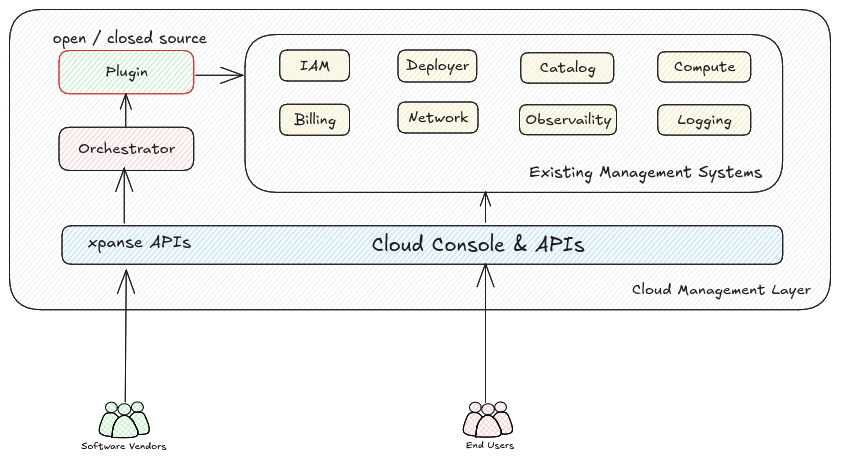
This is static/img/cloud-provider-integrated-mode-architecture.excalidraw.png from eclipse-xpanse/xpanse-website, a Excalidraw export, as it was before one commit. Source tidied: one line per element, renumbered; positions are measured from the earlier drawing's top-left corner, leaving out a move shared by most shapes.
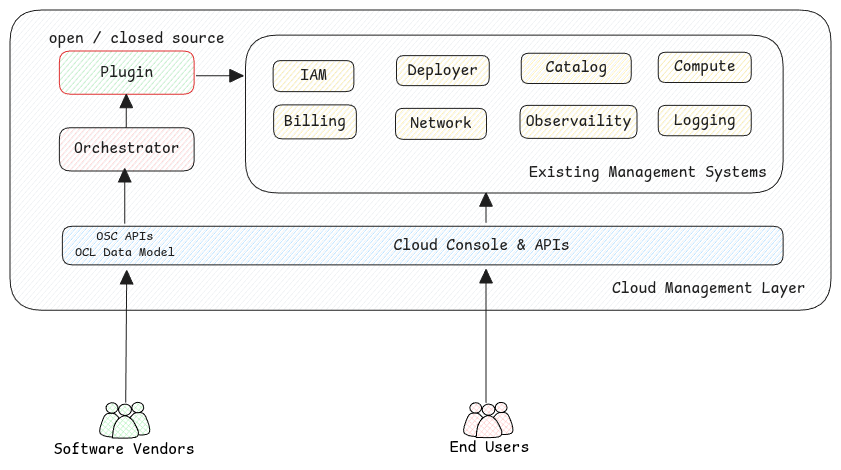
After the change.

What changed in the source:
```diff
@@ -1,48 +1,48 @@
 {"id": 0, "type": "rectangle", "strokeColor": "#1e1e1e", "backgroundColor": "#e9ecef", "fillStyle": "hachure", "strokeWidth": 1, "roughness": 0, "round": true, "x": 0, "y": 0, "width": 821, "height": 300}
 {"id": 1, "type": "rectangle", "strokeColor": "#1e1e1e", "backgroundColor": "#a5d8ff", "fillStyle": "hachure", "strokeWidth": 1, "roughness": 0, "round": true, "x": 52, "y": 216, "width": 721, "height": 39}
-{"id": 2, "type": "text", "text": "xpanse APIs", "strokeColor": "#1e1e1e", "strokeWidth": 1, "roughness": 0, "fontSize": 16.74, "fontFamily": 5, "textAlign": "center", "x": 78, "y": 222, "width": 103, "height": 21}
+{"id": 2, "type": "text", "text": "OSC APIs\nOCL Data Model", "strokeColor": "#1e1e1e", "strokeWidth": 1, "roughness": 0, "fontSize": 12.99, "fontFamily": 8, "textAlign": "center", "x": 65, "y": 218, "width": 100, "height": 32}
-{"id": 3, "type": "text", "text": "Cloud Console & APIs", "strokeColor": "#1e1e1e", "strokeWidth": 1, "roughness": 0, "fontSize": 20, "fontFamily": 5, "textAlign": "center", "x": 362, "y": 223, "width": 213, "height": 25}
+{"id": 3, "type": "text", "text": "Cloud Console & APIs", "strokeColor": "#1e1e1e", "strokeWidth": 1, "roughness": 0, "fontSize": 16, "fontFamily": 8, "textAlign": "center", "x": 384, "y": 226, "width": 176, "height": 20}
 {"id": 4, "type": "ellipse", "strokeColor": "#000000", "backgroundColor": "#b2f2bb", "fillStyle": "cross-hatch", "strokeWidth": 1, "roughness": 0, "x": 122, "y": 392, "width": 12, "height": 10}
 {"id": 5, "type": "ellipse", "strokeColor": "#000000", "backgroundColor": "#b2f2bb", "fillStyle": "cross-hatch", "strokeWidth": 1, "roughness": 0, "x": 96, "y": 393, "width": 12, "height": 10}
-{"id": 6, "type": "line", "strokeColor": "#000000", "backgroundColor": "#b2f2bb", "fillStyle": "cross-hatch", "strokeWidth": 1, "roughness": 0, "round": true, "x": 102, "y": 428, "width": 25, "height": 22, "points": [[0, 0], [3, -15], [12, -22], [21, -16], [25, -2], [0, 0]]}
+{"id": 6, "type": "line", "strokeColor": "#000000", "backgroundColor": "#b2f2bb", "fillStyle": "cross-hatch", "strokeWidth": 1, "roughness": 0, "endArrowhead": "triangle", "round": true, "x": 102, "y": 428, "width": 25, "height": 22, "points": [[0, 0], [3, -15], [12, -22], [21, -16], [25, -2], [0, 0]]}
 {"id": 7, "type": "ellipse", "strokeColor": "#000000", "backgroundColor": "#b2f2bb", "fillStyle": "cross-hatch", "strokeWidth": 1, "roughness": 0, "x": 109, "y": 394, "width": 13, "height": 11}
-{"id": 8, "type": "line", "strokeColor": "#000000", "backgroundColor": "#b2f2bb", "fillStyle": "cross-hatch", "strokeWidth": 1, "roughness": 0, "round": true, "x": 120, "y": 408, "width": 20, "height": 22, "points": [[0, 0], [3, -3], [6, -5], [10, -5], [13, -5], [15, -2], [17, 1], [18, 5], [20, 9], [20, 12], [20, 15], [18, 16], [15, 17], [11, 17], [9, 17], [9, 13], [8, 11], [6, 8], [4, 3], [0, 0]]}
+{"id": 8, "type": "line", "strokeColor": "#000000", "backgroundColor": "#b2f2bb", "fillStyle": "cross-hatch", "strokeWidth": 1, "roughness": 0, "endArrowhead": "triangle", "round": true, "x": 120, "y": 408, "width": 20, "height": 22, "points": [[0, 0], [3, -3], [6, -5], [10, -5], [13, -5], [15, -2], [17, 1], [18, 5], [20, 9], [20, 12], [20, 15], [18, 16], [15, 17], [11, 17], [9, 17], [9, 13], [8, 11], [6, 8], [4, 3], [0, 0]]}
-{"id": 9, "type": "line", "strokeColor": "#000000", "backgroundColor": "#b2f2bb", "fillStyle": "cross-hatch", "strokeWidth": 1, "roughness": 0, "round": true, "x": 109, "y": 408, "width": 19, "height": 23, "points": [[0, 0], [-2, -3], [-5, -4], [-10, -5], [-13, -4], [-15, -1], [-16, 2], [-18, 5], [-19, 9], [-19, 12], [-19, 15], [-17, 17], [-15, 18], [-11, 19], [-7, 19], [-6, 15], [-6, 12], [-5, 9], [-3, 4], [0, 0]]}
+{"id": 9, "type": "line", "strokeColor": "#000000", "backgroundColor": "#b2f2bb", "fillStyle": "cross-hatch", "strokeWidth": 1, "roughness": 0, "endArrowhead": "triangle", "round": true, "x": 109, "y": 408, "width": 19, "height": 23, "points": [[0, 0], [-2, -3], [-5, -4], [-10, -5], [-13, -4], [-15, -1], [-16, 2], [-18, 5], [-19, 9], [-19, 12], [-19, 15], [-17, 17], [-15, 18], [-11, 19], [-7, 19], [-6, 15], [-6, 12], [-5, 9], [-3, 4], [0, 0]]}
-{"id": 10, "type": "text", "text": "\nSoftware Vendors", "strokeColor": "#000000", "backgroundColor": "#b2f2bb", "fillStyle": "solid", "strokeWidth": 1, "roughness": 0, "fontSize": 9.83, "fontFamily": 5, "textAlign": "center", "x": 71, "y": 418, "width": 86, "height": 25}
+{"id": 10, "type": "text", "text": "\nSoftware Vendors", "strokeColor": "#000000", "backgroundColor": "#b2f2bb", "fillStyle": "solid", "strokeWidth": 1, "roughness": 0, "fontSize": 16, "fontFamily": 8, "textAlign": "center", "x": 44, "y": 410, "width": 141, "height": 40}
 {"id": 11, "type": "ellipse", "strokeColor": "#000000", "backgroundColor": "#ffc9c9", "fillStyle": "cross-hatch", "strokeWidth": 1, "roughness": 0, "x": 485, "y": 392, "width": 12, "height": 10}
 {"id": 12, "type": "ellipse", "strokeColor": "#000000", "backgroundColor": "#ffc9c9", "fillStyle": "cross-hatch", "strokeWidth": 1, "roughness": 0, "x": 460, "y": 393, "width": 12, "height": 10}
-{"id": 13, "type": "line", "strokeColor": "#000000", "backgroundColor": "#ffc9c9", "fillStyle": "cross-hatch", "strokeWidth": 1, "roughness": 0, "round": true, "x": 466, "y": 427, "width": 25, "height": 22, "points": [[0, 0], [3, -15], [12, -22], [21, -16], [25, -2], [0, 0]]}
+{"id": 13, "type": "line", "strokeColor": "#000000", "backgroundColor": "#ffc9c9", "fillStyle": "cross-hatch", "strokeWidth": 1, "roughness": 0, "endArrowhead": "triangle", "round": true, "x": 466, "y": 427, "width": 25, "height": 22, "points": [[0, 0], [3, -15], [12, -22], [21, -16], [25, -2], [0, 0]]}
 {"id": 14, "type": "ellipse", "strokeColor": "#000000", "backgroundColor": "#ffc9c9", "fillStyle": "cross-hatch", "strokeWidth": 1, "roughness": 0, "x": 472, "y": 394, "width": 13, "height": 11}
-{"id": 15, "type": "line", "strokeColor": "#000000", "backgroundColor": "#ffc9c9", "fillStyle": "cross-hatch", "strokeWidth": 1, "roughness": 0, "round": true, "x": 483, "y": 408, "width": 20, "height": 22, "points": [[0, 0], [3, -3], [6, -5], [10, -5], [13, -4], [15, -2], [17, 1], [18, 5], [19, 8], [20, 11], [19, 15], [17, 16], [15, 17], [11, 17], [9, 16], [8, 13], [8, 11], [6, 8], [4, 3], [0, 0]]}
+{"id": 15, "type": "line", "strokeColor": "#000000", "backgroundColor": "#ffc9c9", "fillStyle": "cross-hatch", "strokeWidth": 1, "roughness": 0, "endArrowhead": "triangle", "round": true, "x": 483, "y": 408, "width": 20, "height": 22, "points": [[0, 0], [3, -3], [6, -5], [10, -5], [13, -4], [15, -2], [17, 1], [18, 5], [19, 8], [20, 11], [19, 15], [17, 16], [15, 17], [11, 17], [9, 16], [8, 13], [8, 11], [6, 8], [4, 3], [0, 0]]}
-{"id": 16, "type": "line", "strokeColor": "#000000", "backgroundColor": "#ffc9c9", "fillStyle": "cross-hatch", "strokeWidth": 1, "roughness": 0, "round": true, "x": 473, "y": 408, "width": 19, "height": 23, "points": [[0, 0], [-2, -3], [-5, -4], [-9, -4], [-12, -4], [-15, -1], [-16, 2], [-17, 5], [-19, 9], [-19, 12], [-19, 15], [-17, 17], [-14, 18], [-11, 19], [-7, 19], [-6, 14], [-6, 12], [-5, 9], [-3, 4], [0, 0]]}
+{"id": 16, "type": "line", "strokeColor": "#000000", "backgroundColor": "#ffc9c9", "fillStyle": "cross-hatch", "strokeWidth": 1, "roughness": 0, "endArrowhead": "triangle", "round": true, "x": 473, "y": 408, "width": 19, "height": 23, "points": [[0, 0], [-2, -3], [-5, -4], [-9, -4], [-12, -4], [-15, -1], [-16, 2], [-17, 5], [-19, 9], [-19, 12], [-19, 15], [-17, 17], [-14, 18], [-11, 19], [-7, 19], [-6, 14], [-6, 12], [-5, 9], [-3, 4], [0, 0]]}
-{"id": 17, "type": "text", "text": "End Users", "strokeColor": "#000000", "backgroundColor": "#ffc9c9", "fillStyle": "solid", "strokeWidth": 1, "roughness": 0, "fontSize": 9.68, "fontFamily": 5, "textAlign": "center", "x": 456, "y": 429, "width": 49, "height": 12}
+{"id": 17, "type": "text", "text": "End Users", "strokeColor": "#000000", "backgroundColor": "#ffc9c9", "fillStyle": "solid", "strokeWidth": 1, "roughness": 0, "fontSize": 16, "fontFamily": 8, "textAlign": "center", "x": 440, "y": 428, "width": 79, "height": 20}
 {"id": 18, "type": "rectangle", "strokeColor": "#1e1e1e", "backgroundColor": "#ffc9c9", "fillStyle": "hachure", "strokeWidth": 1, "roughness": 0, "round": true, "x": 49, "y": 118, "width": 135, "height": 43}
-{"id": 19, "type": "text", "text": "Orchestrator", "strokeColor": "#1e1e1e", "strokeWidth": 2, "roughness": 0, "fontSize": 15.08, "fontFamily": 5, "textAlign": "center", "verticalAlign": "middle", "inside": 18, "x": 68, "y": 130, "width": 98, "height": 19}
+{"id": 19, "type": "text", "text": "Orchestrator", "strokeColor": "#1e1e1e", "strokeWidth": 2, "roughness": 0, "fontSize": 16, "fontFamily": 8, "textAlign": "center", "verticalAlign": "middle", "inside": 18, "x": 64, "y": 129, "width": 106, "height": 20}
 {"id": 20, "type": "rectangle", "strokeColor": "#e03131", "backgroundColor": "#b2f2bb", "fillStyle": "hachure", "strokeWidth": 1, "roughness": 0, "round": true, "x": 49, "y": 41, "width": 135, "height": 43}
-{"id": 21, "type": "text", "text": "Plugin", "strokeColor": "#1e1e1e", "strokeWidth": 2, "roughness": 0, "fontSize": 15.08, "fontFamily": 5, "textAlign": "center", "verticalAlign": "middle", "inside": 20, "x": 96, "y": 53, "width": 42, "height": 19}
+{"id": 21, "type": "text", "text": "Plugin", "strokeColor": "#1e1e1e", "strokeWidth": 2, "roughness": 0, "fontSize": 16, "fontFamily": 8, "textAlign": "center", "verticalAlign": "middle", "inside": 20, "x": 90, "y": 53, "width": 53, "height": 20}
 {"id": 22, "type": "rectangle", "strokeColor": "#1e1e1e", "strokeWidth": 1, "roughness": 0, "round": true, "x": 235, "y": 25, "width": 538, "height": 158}
-{"id": 23, "type": "rectangle", "strokeColor": "#1e1e1e", "backgroundColor": "#ffec99", "fillStyle": "hachure", "strokeWidth": 1, "roughness": 0, "round": true, "x": 270, "y": 41, "width": 70, "height": 31}
+{"id": 23, "type": "rectangle", "strokeColor": "#1e1e1e", "backgroundColor": "#ffec99", "fillStyle": "hachure", "strokeWidth": 1, "roughness": 0, "round": true, "x": 263, "y": 51, "width": 81, "height": 31}
-{"id": 24, "type": "text", "text": "IAM", "strokeColor": "#1e1e1e", "strokeWidth": 2, "roughness": 0, "fontSize": 15.08, "fontFamily": 5, "textAlign": "center", "verticalAlign": "middle", "inside": 23, "x": 290, "y": 47, "width": 30, "height": 19}
+{"id": 24, "type": "text", "text": "IAM", "strokeColor": "#1e1e1e", "strokeWidth": 2, "roughness": 0, "fontSize": 16, "fontFamily": 8, "textAlign": "center", "verticalAlign": "middle", "inside": 23, "x": 290, "y": 56, "width": 26, "height": 20}
-{"id": 25, "type": "rectangle", "strokeColor": "#1e1e1e", "backgroundColor": "#ffec99", "fillStyle": "hachure", "strokeWidth": 1, "roughness": 0, "round": true, "x": 270, "y": 95, "width": 70, "height": 31}
+{"id": 25, "type": "rectangle", "strokeColor": "#1e1e1e", "backgroundColor": "#ffec99", "fillStyle": "hachure", "strokeWidth": 1, "roughness": 0, "round": true, "x": 264, "y": 95, "width": 83, "height": 34}
-{"id": 26, "type": "text", "text": "Billing", "strokeColor": "#1e1e1e", "strokeWidth": 2, "roughness": 0, "fontSize": 15.08, "fontFamily": 5, "textAlign": "center", "verticalAlign": "middle", "inside": 25, "x": 284, "y": 101, "width": 42, "height": 19}
+{"id": 26, "type": "text", "text": "Billing", "strokeColor": "#1e1e1e", "strokeWidth": 2, "roughness": 0, "fontSize": 16, "fontFamily": 8, "textAlign": "center", "verticalAlign": "middle", "inside": 25, "x": 274, "y": 102, "width": 62, "height": 20}
-{"id": 27, "type": "rectangle", "strokeColor": "#1e1e1e", "backgroundColor": "#ffec99", "fillStyle": "hachure", "strokeWidth": 1, "roughness": 0, "round": true, "x": 388, "y": 41, "width": 79, "height": 32}
+{"id": 27, "type": "rectangle", "strokeColor": "#1e1e1e", "backgroundColor": "#ffec99", "fillStyle": "hachure", "strokeWidth": 1, "roughness": 0, "round": true, "x": 386, "y": 46, "width": 93, "height": 30}
-{"id": 28, "type": "text", "text": "Deployer", "strokeColor": "#1e1e1e", "strokeWidth": 2, "roughness": 0, "fontSize": 15.08, "fontFamily": 5, "textAlign": "center", "verticalAlign": "middle", "inside": 27, "x": 396, "y": 47, "width": 64, "height": 19}
+{"id": 28, "type": "text", "text": "Deployer", "strokeColor": "#1e1e1e", "strokeWidth": 2, "roughness": 0, "fontSize": 16, "fontFamily": 8, "textAlign": "center", "verticalAlign": "middle", "inside": 27, "x": 398, "y": 51, "width": 70, "height": 20}
-{"id": 29, "type": "rectangle", "strokeColor": "#1e1e1e", "backgroundColor": "#ffec99", "fillStyle": "hachure", "strokeWidth": 1, "roughness": 0, "round": true, "x": 388, "y": 92, "width": 80, "height": 31}
+{"id": 29, "type": "rectangle", "strokeColor": "#1e1e1e", "backgroundColor": "#ffec99", "fillStyle": "hachure", "strokeWidth": 1, "roughness": 0, "round": true, "x": 385, "y": 98, "width": 91, "height": 31}
-{"id": 30, "type": "text", "text": "Network", "strokeColor": "#1e1e1e", "strokeWidth": 2, "roughness": 0, "fontSize": 15.08, "fontFamily": 5, "textAlign": "center", "verticalAlign": "middle", "inside": 29, "x": 399, "y": 98, "width": 60, "height": 19}
+{"id": 30, "type": "text", "text": "Network", "strokeColor": "#1e1e1e", "strokeWidth": 2, "roughness": 0, "fontSize": 16, "fontFamily": 8, "textAlign": "center", "verticalAlign": "middle", "inside": 29, "x": 400, "y": 104, "width": 62, "height": 20}
-{"id": 31, "type": "arrow", "strokeColor": "#1e1e1e", "strokeWidth": 1, "roughness": 0, "endArrowhead": "arrow", "round": true, "x": 116, "y": 117, "width": 0, "height": 33, "points": [[0, 0], [0, -33]]}
+{"id": 31, "type": "arrow", "strokeColor": "#1e1e1e", "strokeWidth": 1, "roughness": 0, "endArrowhead": "triangle", "round": true, "x": 116, "y": 117, "width": 0, "height": 33, "points": [[0, 0], [0, -33]]}
-{"id": 32, "type": "arrow", "strokeColor": "#1e1e1e", "strokeWidth": 1, "roughness": 0, "endArrowhead": "arrow", "round": true, "to": 3, "x": 476, "y": 393, "width": 0, "height": 139, "points": [[0, 0], [0, -139]]}
+{"id": 32, "type": "arrow", "strokeColor": "#1e1e1e", "strokeWidth": 1, "roughness": 0, "endArrowhead": "triangle", "round": true, "from": 14, "x": 476, "y": 393, "width": 0, "height": 133, "points": [[0, 0], [0, -133]]}
-{"id": 33, "type": "arrow", "strokeColor": "#1e1e1e", "strokeWidth": 1, "roughness": 0, "endArrowhead": "arrow", "round": true, "x": 186, "y": 66, "width": 47, "height": 0, "points": [[0, 0], [47, 0]]}
+{"id": 33, "type": "arrow", "strokeColor": "#1e1e1e", "strokeWidth": 1, "roughness": 0, "endArrowhead": "triangle", "round": true, "x": 186, "y": 66, "width": 47, "height": 0, "points": [[0, 0], [47, 0]]}
-{"id": 34, "type": "text", "text": "Cloud Management Layer", "strokeColor": "#1e1e1e", "strokeWidth": 1, "roughness": 0, "fontSize": 15.08, "fontFamily": 5, "textAlign": "center", "x": 622, "y": 270, "width": 180, "height": 19}
+{"id": 34, "type": "text", "text": "Cloud Management Layer", "strokeColor": "#1e1e1e", "strokeWidth": 1, "roughness": 0, "fontSize": 16, "fontFamily": 8, "textAlign": "center", "x": 602, "y": 269, "width": 194, "height": 20}
-{"id": 35, "type": "rectangle", "strokeColor": "#1e1e1e", "backgroundColor": "#ffec99", "fillStyle": "hachure", "strokeWidth": 1, "roughness": 0, "round": true, "x": 510, "y": 95, "width": 97, "height": 30}
+{"id": 35, "type": "rectangle", "strokeColor": "#1e1e1e", "backgroundColor": "#ffec99", "fillStyle": "hachure", "strokeWidth": 1, "roughness": 0, "round": true, "x": 510, "y": 95, "width": 117, "height": 33}
-{"id": 36, "type": "text", "text": "Observaility", "strokeColor": "#1e1e1e", "strokeWidth": 2, "roughness": 0, "fontSize": 15.08, "fontFamily": 5, "textAlign": "center", "verticalAlign": "middle", "inside": 35, "x": 515, "y": 101, "width": 87, "height": 19}
+{"id": 36, "type": "text", "text": "Observaility", "strokeColor": "#1e1e1e", "strokeWidth": 2, "roughness": 0, "fontSize": 16, "fontFamily": 8, "textAlign": "center", "verticalAlign": "middle", "inside": 35, "x": 516, "y": 102, "width": 106, "height": 20}
-{"id": 37, "type": "rectangle", "strokeColor": "#1e1e1e", "backgroundColor": "#ffec99", "fillStyle": "hachure", "strokeWidth": 1, "roughness": 0, "round": true, "x": 511, "y": 43, "width": 93, "height": 30}
+{"id": 37, "type": "rectangle", "strokeColor": "#1e1e1e", "backgroundColor": "#ffec99", "fillStyle": "hachure", "strokeWidth": 1, "roughness": 0, "round": true, "x": 511, "y": 43, "width": 110, "height": 30}
-{"id": 38, "type": "text", "text": "Catalog", "strokeColor": "#1e1e1e", "strokeWidth": 2, "roughness": 0, "fontSize": 15.08, "fontFamily": 5, "textAlign": "center", "verticalAlign": "middle", "inside": 37, "x": 530, "y": 49, "width": 56, "height": 19}
+{"id": 38, "type": "text", "text": "Catalog", "strokeColor": "#1e1e1e", "strokeWidth": 2, "roughness": 0, "fontSize": 16, "fontFamily": 8, "textAlign": "center", "verticalAlign": "middle", "inside": 37, "x": 535, "y": 48, "width": 62, "height": 20}
 {"id": 39, "type": "rectangle", "strokeColor": "#1e1e1e", "backgroundColor": "#ffec99", "fillStyle": "hachure", "strokeWidth": 1, "roughness": 0, "round": true, "x": 648, "y": 42, "width": 93, "height": 30}
-{"id": 40, "type": "text", "text": "Compute", "strokeColor": "#1e1e1e", "strokeWidth": 2, "roughness": 0, "fontSize": 15.08, "fontFamily": 5, "textAlign": "center", "verticalAlign": "middle", "inside": 39, "x": 664, "y": 48, "width": 62, "height": 19}
+{"id": 40, "type": "text", "text": "Compute", "strokeColor": "#1e1e1e", "strokeWidth": 2, "roughness": 0, "fontSize": 16, "fontFamily": 8, "textAlign": "center", "verticalAlign": "middle", "inside": 39, "x": 664, "y": 47, "width": 62, "height": 20}
 {"id": 41, "type": "rectangle", "strokeColor": "#1e1e1e", "backgroundColor": "#ffec99", "fillStyle": "hachure", "strokeWidth": 1, "roughness": 0, "round": true, "x": 648, "y": 95, "width": 93, "height": 30}
-{"id": 42, "type": "text", "text": "Logging", "strokeColor": "#1e1e1e", "strokeWidth": 2, "roughness": 0, "fontSize": 15.08, "fontFamily": 5, "textAlign": "center", "verticalAlign": "middle", "inside": 41, "x": 668, "y": 101, "width": 54, "height": 19}
+{"id": 42, "type": "text", "text": "Logging", "strokeColor": "#1e1e1e", "strokeWidth": 2, "roughness": 0, "fontSize": 16, "fontFamily": 8, "textAlign": "center", "verticalAlign": "middle", "inside": 41, "x": 664, "y": 101, "width": 62, "height": 20}
-{"id": 43, "type": "arrow", "strokeColor": "#1e1e1e", "strokeWidth": 1, "roughness": 0, "endArrowhead": "arrow", "round": true, "x": 116, "y": 392, "width": 1, "height": 132, "points": [[0, 0], [1, -132]]}
+{"id": 43, "type": "arrow", "strokeColor": "#1e1e1e", "strokeWidth": 1, "roughness": 0, "endArrowhead": "triangle", "round": true, "x": 116, "y": 392, "width": 1, "height": 132, "points": [[0, 0], [1, -132]]}
-{"id": 44, "type": "text", "text": "Existing Management Systems", "strokeColor": "#1e1e1e", "strokeWidth": 1, "roughness": 0, "fontSize": 16, "fontFamily": 5, "textAlign": "center", "x": 519, "y": 153, "width": 233, "height": 20}
+{"id": 44, "type": "text", "text": "Existing Management Systems", "strokeColor": "#1e1e1e", "strokeWidth": 1, "roughness": 0, "fontSize": 16, "fontFamily": 8, "textAlign": "center", "x": 519, "y": 153, "width": 238, "height": 20}
-{"id": 45, "type": "arrow", "strokeColor": "#1e1e1e", "strokeWidth": 1, "roughness": 0, "endArrowhead": "arrow", "round": true, "x": 476, "y": 213, "width": 0, "height": 30, "points": [[0, 0], [0, -30]]}
+{"id": 45, "type": "arrow", "strokeColor": "#1e1e1e", "strokeWidth": 1, "roughness": 0, "endArrowhead": "triangle", "round": true, "x": 476, "y": 213, "width": 0, "height": 30, "points": [[0, 0], [0, -30]]}
-{"id": 46, "type": "arrow", "strokeColor": "#1e1e1e", "strokeWidth": 1, "roughness": 0, "endArrowhead": "arrow", "round": true, "x": 115, "y": 213, "width": 0, "height": 55, "points": [[0, 0], [0, -55]]}
+{"id": 46, "type": "arrow", "strokeColor": "#1e1e1e", "strokeWidth": 1, "roughness": 0, "endArrowhead": "triangle", "round": true, "x": 115, "y": 213, "width": 0, "height": 55, "points": [[0, 0], [0, -55]]}
-{"id": 47, "type": "text", "text": "open / closed source", "strokeColor": "#1e1e1e", "backgroundColor": "#e9ecef", "fillStyle": "hachure", "strokeWidth": 1, "roughness": 0, "fontSize": 15.26, "fontFamily": 5, "textAlign": "center", "x": 43, "y": 20, "width": 154, "height": 19}
+{"id": 47, "type": "text", "text": "open / closed source", "strokeColor": "#1e1e1e", "backgroundColor": "#e9ecef", "fillStyle": "hachure", "strokeWidth": 1, "roughness": 0, "fontSize": 16, "fontFamily": 8, "textAlign": "center", "x": 39, "y": 19, "width": 176, "height": 20}
```
